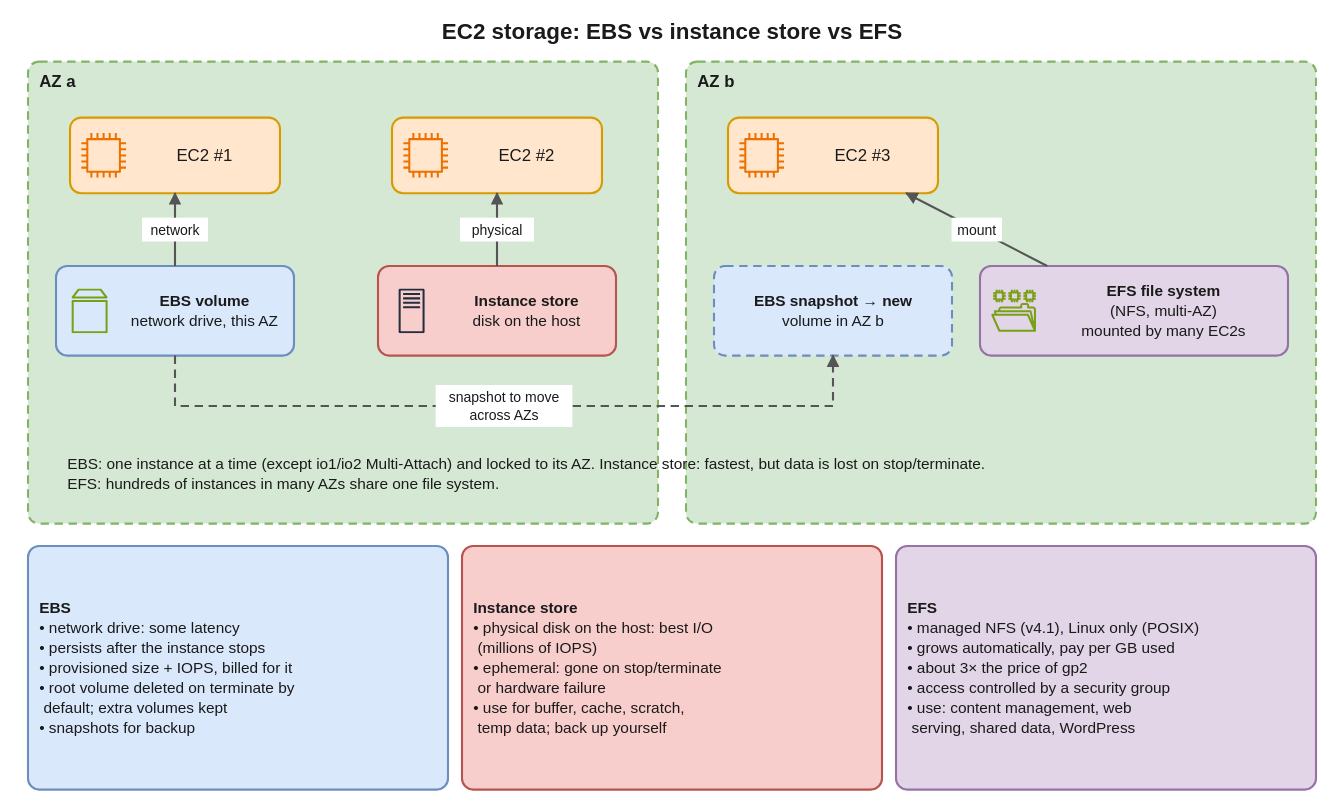
Earlier version of the draw.io export interview-prep/aws/diagrams/storage-01-ebs-instance-store-efs.drawio.svg (suraj9741/interview). Source tidied: cells renumbered, new cells last; positions are measured from the earlier drawing's top-left corner, leaving out a move shared by most shapes.
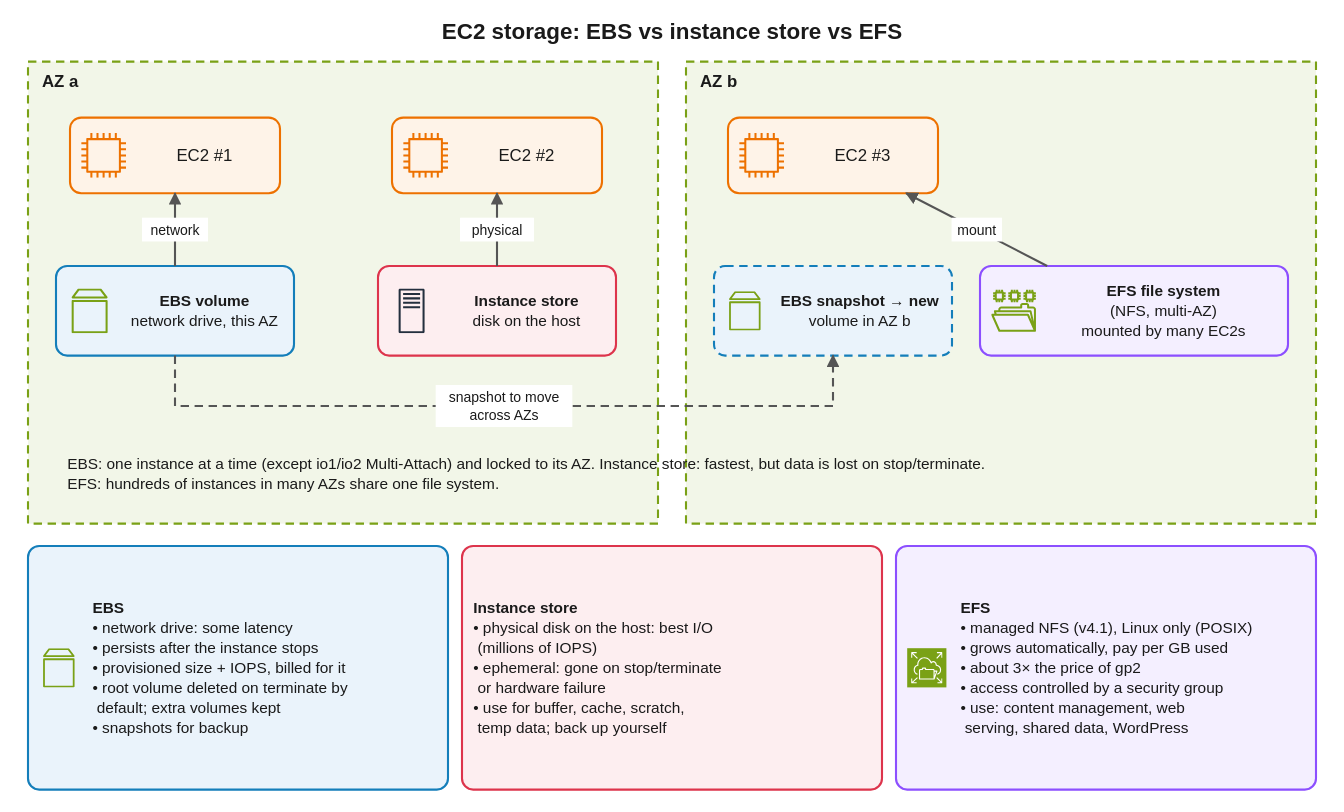
Later version of the same file.

What changed in the source:
```diff
@@ -5,46 +5,49 @@
     <mxCell id="2" value="EC2 storage: EBS vs instance store vs EFS" style="text;strokeColor=none;fillColor=none;whiteSpace=wrap;html=1;fontSize=16;fontColor=#1a1a1a;fontFamily=Helvetica;align=center;verticalAlign=middle;fontStyle=1;" parent="1" vertex="1">
       <mxGeometry width="960" height="28" as="geometry" />
     </mxCell>
-    <mxCell id="3" value="AZ a" style="rounded=1;absoluteArcSize=1;arcSize=16;fillColor=#d5e8d4;strokeColor=#82b366;strokeWidth=1.5;whiteSpace=wrap;html=1;fontSize=12;fontColor=#1a1a1a;fontFamily=Helvetica;align=left;verticalAlign=top;dashed=1;dashPattern=6 4;fontStyle=1;spacingLeft=6;spacingTop=2;spacingBottom=2;" parent="1" vertex="1">
+    <mxCell id="3" value="AZ a" style="rounded=0;fillColor=#F2F6E8;strokeColor=#7AA116;strokeWidth=1.5;whiteSpace=wrap;html=1;fontSize=12;fontColor=#1a1a1a;fontFamily=Helvetica;align=left;verticalAlign=top;dashed=1;dashPattern=6 4;fontStyle=1;spacingLeft=8;spacingTop=2;spacingBottom=2;" parent="1" vertex="1">
       <mxGeometry x="20" y="36" width="450" height="330" as="geometry" />
     </mxCell>
-    <mxCell id="4" value="AZ b" style="rounded=1;absoluteArcSize=1;arcSize=16;fillColor=#d5e8d4;strokeColor=#82b366;strokeWidth=1.5;whiteSpace=wrap;html=1;fontSize=12;fontColor=#1a1a1a;fontFamily=Helvetica;align=left;verticalAlign=top;dashed=1;dashPattern=6 4;fontStyle=1;spacingLeft=6;spacingTop=2;spacingBottom=2;" parent="1" vertex="1">
+    <mxCell id="4" value="AZ b" style="rounded=0;fillColor=#F2F6E8;strokeColor=#7AA116;strokeWidth=1.5;whiteSpace=wrap;html=1;fontSize=12;fontColor=#1a1a1a;fontFamily=Helvetica;align=left;verticalAlign=top;dashed=1;dashPattern=6 4;fontStyle=1;spacingLeft=8;spacingTop=2;spacingBottom=2;" parent="1" vertex="1">
       <mxGeometry x="490" y="36" width="450" height="330" as="geometry" />
     </mxCell>
-    <mxCell id="5" value="EC2 #1" style="rounded=1;absoluteArcSize=1;arcSize=16;fillColor=#ffe6cc;strokeColor=#d79b00;strokeWidth=1.5;whiteSpace=wrap;html=1;fontSize=12;fontColor=#1a1a1a;fontFamily=Helvetica;align=center;verticalAlign=middle;spacingLeft=42;" parent="1" vertex="1">
+    <mxCell id="5" value="EC2 #1" style="rounded=1;absoluteArcSize=1;arcSize=16;fillColor=#FEF3E8;strokeColor=#ED7100;strokeWidth=1.5;whiteSpace=wrap;html=1;fontSize=12;fontColor=#1a1a1a;fontFamily=Helvetica;align=center;verticalAlign=middle;spacingLeft=42;" parent="1" vertex="1">
       <mxGeometry x="50" y="76" width="150" height="54" as="geometry" />
     </mxCell>
     <mxCell id="6" style="sketch=0;fontColor=#232F3E;gradientColor=none;dashed=0;verticalLabelPosition=bottom;verticalAlign=top;align=center;html=1;fontSize=12;fontStyle=0;fillColor=#ED7100;strokeColor=none;shape=mxgraph.aws4.instance2;" parent="1" vertex="1">
       <mxGeometry x="58" y="87" width="32" height="32" as="geometry" />
     </mxCell>
-    <mxCell id="7" value="EC2 #2" style="rounded=1;absoluteArcSize=1;arcSize=16;fillColor=#ffe6cc;strokeColor=#d79b00;strokeWidth=1.5;whiteSpace=wrap;html=1;fontSize=12;fontColor=#1a1a1a;fontFamily=Helvetica;align=center;verticalAlign=middle;spacingLeft=42;" parent="1" vertex="1">
+    <mxCell id="7" value="EC2 #2" style="rounded=1;absoluteArcSize=1;arcSize=16;fillColor=#FEF3E8;strokeColor=#ED7100;strokeWidth=1.5;whiteSpace=wrap;html=1;fontSize=12;fontColor=#1a1a1a;fontFamily=Helvetica;align=center;verticalAlign=middle;spacingLeft=42;" parent="1" vertex="1">
       <mxGeometry x="280" y="76" width="150" height="54" as="geometry" />
     </mxCell>
     <mxCell id="8" style="sketch=0;fontColor=#232F3E;gradientColor=none;dashed=0;verticalLabelPosition=bottom;verticalAlign=top;align=center;html=1;fontSize=12;fontStyle=0;fillColor=#ED7100;strokeColor=none;shape=mxgraph.aws4.instance2;" parent="1" vertex="1">
       <mxGeometry x="288" y="87" width="32" height="32" as="geometry" />
     </mxCell>
-    <mxCell id="9" value="EC2 #3" style="rounded=1;absoluteArcSize=1;arcSize=16;fillColor=#ffe6cc;strokeColor=#d79b00;strokeWidth=1.5;whiteSpace=wrap;html=1;fontSize=12;fontColor=#1a1a1a;fontFamily=Helvetica;align=center;verticalAlign=middle;spacingLeft=42;" parent="1" vertex="1">
+    <mxCell id="9" value="EC2 #3" style="rounded=1;absoluteArcSize=1;arcSize=16;fillColor=#FEF3E8;strokeColor=#ED7100;strokeWidth=1.5;whiteSpace=wrap;html=1;fontSize=12;fontColor=#1a1a1a;fontFamily=Helvetica;align=center;verticalAlign=middle;spacingLeft=42;" parent="1" vertex="1">
       <mxGeometry x="520" y="76" width="150" height="54" as="geometry" />
     </mxCell>
     <mxCell id="10" style="sketch=0;fontColor=#232F3E;gradientColor=none;dashed=0;verticalLabelPosition=bottom;verticalAlign=top;align=center;html=1;fontSize=12;fontStyle=0;fillColor=#ED7100;strokeColor=none;shape=mxgraph.aws4.instance2;" parent="1" vertex="1">
       <mxGeometry x="528" y="87" width="32" height="32" as="geometry" />
     </mxCell>
-    <mxCell id="11" value="&lt;b&gt;EBS volume&lt;/b&gt;&lt;br&gt;network drive, this AZ" style="rounded=1;absoluteArcSize=1;arcSize=16;fillColor=#dae8fc;strokeColor=#6c8ebf;strokeWidth=1.5;whiteSpace=wrap;html=1;fontSize=11;fontColor=#1a1a1a;fontFamily=Helvetica;align=center;verticalAlign=middle;spacingLeft=42;" parent="1" vertex="1">
+    <mxCell id="11" value="&lt;b&gt;EBS volume&lt;/b&gt;&lt;br&gt;network drive, this AZ" style="rounded=1;absoluteArcSize=1;arcSize=16;fillColor=#EAF3FB;strokeColor=#147EBA;strokeWidth=1.5;whiteSpace=wrap;html=1;fontSize=11;fontColor=#1a1a1a;fontFamily=Helvetica;align=center;verticalAlign=middle;spacingLeft=42;" parent="1" vertex="1">
       <mxGeometry x="40" y="182" width="170" height="64" as="geometry" />
     </mxCell>
     <mxCell id="12" style="sketch=0;fontColor=#232F3E;gradientColor=none;dashed=0;verticalLabelPosition=bottom;verticalAlign=top;align=center;html=1;fontSize=12;fontStyle=0;fillColor=#7AA116;strokeColor=none;shape=mxgraph.aws4.volume;" parent="1" vertex="1">
       <mxGeometry x="48" y="198" width="32" height="32" as="geometry" />
     </mxCell>
-    <mxCell id="13" value="&lt;b&gt;Instance store&lt;/b&gt;&lt;br&gt;disk on the host" style="rounded=1;absoluteArcSize=1;arcSize=16;fillColor=#f8cecc;strokeColor=#b85450;strokeWidth=1.5;whiteSpace=wrap;html=1;fontSize=11;fontColor=#1a1a1a;fontFamily=Helvetica;align=center;verticalAlign=middle;spacingLeft=42;" parent="1" vertex="1">
+    <mxCell id="13" value="&lt;b&gt;Instance store&lt;/b&gt;&lt;br&gt;disk on the host" style="rounded=1;absoluteArcSize=1;arcSize=16;fillColor=#FDEEF0;strokeColor=#DD344C;strokeWidth=1.5;whiteSpace=wrap;html=1;fontSize=11;fontColor=#1a1a1a;fontFamily=Helvetica;align=center;verticalAlign=middle;spacingLeft=42;" parent="1" vertex="1">
       <mxGeometry x="270" y="182" width="170" height="64" as="geometry" />
     </mxCell>
     <mxCell id="14" style="sketch=0;fontColor=#232F3E;gradientColor=none;dashed=0;verticalLabelPosition=bottom;verticalAlign=top;align=center;html=1;fontSize=12;fontStyle=0;fillColor=#232F3E;strokeColor=none;shape=mxgraph.aws4.traditional_server;" parent="1" vertex="1">
       <mxGeometry x="278" y="198" width="32" height="32" as="geometry" />
     </mxCell>
-    <mxCell id="15" value="&lt;b&gt;EBS snapshot → new&lt;/b&gt;&lt;br&gt;volume in AZ b" style="rounded=1;absoluteArcSize=1;arcSize=16;fillColor=#dae8fc;strokeColor=#6c8ebf;strokeWidth=1.5;whiteSpace=wrap;html=1;fontSize=11;fontColor=#1a1a1a;fontFamily=Helvetica;align=center;verticalAlign=middle;dashed=1;dashPattern=6 4;" parent="1" vertex="1">
+    <mxCell id="15" value="&lt;b&gt;EBS snapshot → new&lt;/b&gt;&lt;br&gt;volume in AZ b" style="rounded=1;absoluteArcSize=1;arcSize=16;fillColor=#EAF3FB;strokeColor=#147EBA;strokeWidth=1.5;whiteSpace=wrap;html=1;fontSize=11;fontColor=#1a1a1a;fontFamily=Helvetica;align=center;verticalAlign=middle;dashed=1;dashPattern=6 4;spacingLeft=38;" parent="1" vertex="1">
       <mxGeometry x="510" y="182" width="170" height="64" as="geometry" />
     </mxCell>
+    <mxCell id="26" style="sketch=0;fontColor=#232F3E;gradientColor=none;dashed=0;verticalLabelPosition=bottom;verticalAlign=top;align=center;html=1;fontSize=12;fontStyle=0;fillColor=#7AA116;strokeColor=none;shape=mxgraph.aws4.volume;" parent="1" vertex="1">
+      <mxGeometry x="518" y="200" width="28" height="28" as="geometry" />
+    </mxCell>
-    <mxCell id="16" value="&lt;b&gt;EFS file system&lt;/b&gt;&lt;br&gt;(NFS, multi-AZ)&lt;br&gt;mounted by many EC2s" style="rounded=1;absoluteArcSize=1;arcSize=16;fillColor=#e1d5e7;strokeColor=#9673a6;strokeWidth=1.5;whiteSpace=wrap;html=1;fontSize=11;fontColor=#1a1a1a;fontFamily=Helvetica;align=center;verticalAlign=middle;spacingLeft=42;" parent="1" vertex="1">
+    <mxCell id="16" value="&lt;b&gt;EFS file system&lt;/b&gt;&lt;br&gt;(NFS, multi-AZ)&lt;br&gt;mounted by many EC2s" style="rounded=1;absoluteArcSize=1;arcSize=16;fillColor=#F4EFFF;strokeColor=#8C4FFF;strokeWidth=1.5;whiteSpace=wrap;html=1;fontSize=11;fontColor=#1a1a1a;fontFamily=Helvetica;align=center;verticalAlign=middle;spacingLeft=42;" parent="1" vertex="1">
       <mxGeometry x="700" y="182" width="220" height="64" as="geometry" />
     </mxCell>
     <mxCell id="17" style="sketch=0;fontColor=#232F3E;gradientColor=none;dashed=0;verticalLabelPosition=bottom;verticalAlign=top;align=center;html=1;fontSize=12;fontStyle=0;fillColor=#7AA116;strokeColor=none;shape=mxgraph.aws4.file_system;" parent="1" vertex="1">
@@ -53,15 +56,21 @@
     <mxCell id="18" value="EBS: one instance at a time (except io1/io2 Multi-Attach) and locked to its AZ.  Instance store: fastest, but data is lost on stop/terminate.&lt;br&gt;EFS: hundreds of instances in many AZs share one file system." style="text;strokeColor=none;fillColor=none;whiteSpace=wrap;html=1;fontSize=11;fontColor=#1a1a1a;fontFamily=Helvetica;align=left;verticalAlign=middle;spacingLeft=6;" parent="1" vertex="1">
       <mxGeometry x="40" y="302" width="880" height="56" as="geometry" />
     </mxCell>
-    <mxCell id="19" value="&lt;b&gt;EBS&lt;/b&gt;&lt;br&gt;• network drive: some latency&lt;br&gt;• persists after the instance stops&lt;br&gt;• provisioned size + IOPS, billed for it&lt;br&gt;• root volume deleted on terminate by&lt;br&gt;  default; extra volumes kept&lt;br&gt;• snapshots for backup" style="rounded=1;absoluteArcSize=1;arcSize=16;fillColor=#dae8fc;strokeColor=#6c8ebf;strokeWidth=1.5;whiteSpace=wrap;html=1;fontSize=11;fontColor=#1a1a1a;fontFamily=Helvetica;align=left;verticalAlign=middle;spacingLeft=6;" parent="1" vertex="1">
+    <mxCell id="19" value="&lt;b&gt;EBS&lt;/b&gt;&lt;br&gt;• network drive: some latency&lt;br&gt;• persists after the instance stops&lt;br&gt;• provisioned size + IOPS, billed for it&lt;br&gt;• root volume deleted on terminate by&lt;br&gt;  default; extra volumes kept&lt;br&gt;• snapshots for backup" style="rounded=1;absoluteArcSize=1;arcSize=16;fillColor=#EAF3FB;strokeColor=#147EBA;strokeWidth=1.5;whiteSpace=wrap;html=1;fontSize=11;fontColor=#1a1a1a;fontFamily=Helvetica;align=left;verticalAlign=middle;spacingLeft=44;" parent="1" vertex="1">
       <mxGeometry x="20" y="382" width="300" height="174" as="geometry" />
     </mxCell>
+    <mxCell id="27" style="sketch=0;fontColor=#232F3E;gradientColor=none;dashed=0;verticalLabelPosition=bottom;verticalAlign=top;align=center;html=1;fontSize=12;fontStyle=0;fillColor=#7AA116;strokeColor=none;shape=mxgraph.aws4.volume;" parent="1" vertex="1">
+      <mxGeometry x="28" y="455" width="28" height="28" as="geometry" />
+    </mxCell>
-    <mxCell id="20" value="&lt;b&gt;Instance store&lt;/b&gt;&lt;br&gt;• physical disk on the host: best I/O&lt;br&gt;  (millions of IOPS)&lt;br&gt;• ephemeral: gone on stop/terminate&lt;br&gt;  or hardware failure&lt;br&gt;• use for buffer, cache, scratch,&lt;br&gt;  temp data; back up yourself" style="rounded=1;absoluteArcSize=1;arcSize=16;fillColor=#f8cecc;strokeColor=#b85450;strokeWidth=1.5;whiteSpace=wrap;html=1;fontSize=11;fontColor=#1a1a1a;fontFamily=Helvetica;align=left;verticalAlign=middle;spacingLeft=6;" parent="1" vertex="1">
+    <mxCell id="20" value="&lt;b&gt;Instance store&lt;/b&gt;&lt;br&gt;• physical disk on the host: best I/O&lt;br&gt;  (millions of IOPS)&lt;br&gt;• ephemeral: gone on stop/terminate&lt;br&gt;  or hardware failure&lt;br&gt;• use for buffer, cache, scratch,&lt;br&gt;  temp data; back up yourself" style="rounded=1;absoluteArcSize=1;arcSize=16;fillColor=#FDEEF0;strokeColor=#DD344C;strokeWidth=1.5;whiteSpace=wrap;html=1;fontSize=11;fontColor=#1a1a1a;fontFamily=Helvetica;align=left;verticalAlign=middle;spacingLeft=6;" parent="1" vertex="1">
       <mxGeometry x="330" y="382" width="300" height="174" as="geometry" />
     </mxCell>
-    <mxCell id="21" value="&lt;b&gt;EFS&lt;/b&gt;&lt;br&gt;• managed NFS (v4.1), Linux only (POSIX)&lt;br&gt;• grows automatically, pay per GB used&lt;br&gt;• about 3× the price of gp2&lt;br&gt;• access controlled by a security group&lt;br&gt;• use: content management, web&lt;br&gt;  serving, shared data, WordPress" style="rounded=1;absoluteArcSize=1;arcSize=16;fillColor=#e1d5e7;strokeColor=#9673a6;strokeWidth=1.5;whiteSpace=wrap;html=1;fontSize=11;fontColor=#1a1a1a;fontFamily=Helvetica;align=left;verticalAlign=middle;spacingLeft=6;" parent="1" vertex="1">
+    <mxCell id="21" value="&lt;b&gt;EFS&lt;/b&gt;&lt;br&gt;• managed NFS (v4.1), Linux only (POSIX)&lt;br&gt;• grows automatically, pay per GB used&lt;br&gt;• about 3× the price of gp2&lt;br&gt;• access controlled by a security group&lt;br&gt;• use: content management, web&lt;br&gt;  serving, shared data, WordPress" style="rounded=1;absoluteArcSize=1;arcSize=16;fillColor=#F4EFFF;strokeColor=#8C4FFF;strokeWidth=1.5;whiteSpace=wrap;html=1;fontSize=11;fontColor=#1a1a1a;fontFamily=Helvetica;align=left;verticalAlign=middle;spacingLeft=44;" parent="1" vertex="1">
       <mxGeometry x="640" y="382" width="300" height="174" as="geometry" />
     </mxCell>
+    <mxCell id="28" style="sketch=0;fontColor=#232F3E;gradientColor=none;dashed=0;verticalLabelPosition=bottom;verticalAlign=top;align=center;html=1;fontSize=12;fontStyle=0;fillColor=#7AA116;strokeColor=#ffffff;shape=mxgraph.aws4.resourceIcon;resIcon=mxgraph.aws4.elastic_file_system;" parent="1" vertex="1">
+      <mxGeometry x="648" y="455" width="28" height="28" as="geometry" />
+    </mxCell>
     <mxCell id="22" value="network" style="html=1;rounded=0;endArrow=classic;endFill=1;strokeColor=#555555;strokeWidth=1.5;fontSize=10;fontColor=#1a1a1a;labelBackgroundColor=#ffffff;startArrow=none;" parent="1" edge="1" source="11" target="5">
       <mxGeometry relative="1" as="geometry" />
     </mxCell>
```
